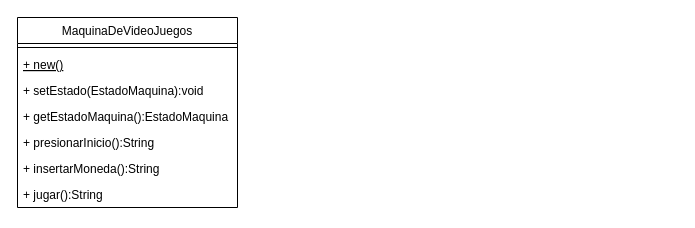
nhubczyk/Diagramas-UML keeps this draw.io diagram as unq-po2-state-MaquinaDeVideoJuegos.drawio. Above is the earlier version. Source tidied: cells renumbered, new cells numbered last; positions are measured from the earlier drawing's top-left corner, leaving out a move shared by most shapes. Both pictures are drawn from the tidied source at 100%, with x=0, y=0 at pixel (17, 17).
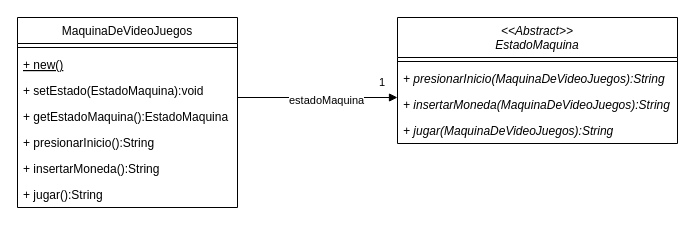
The same diagram, later.

Diff of the diagram source:
```diff
@@
 <mxGraphModel>
   <root>
     <mxCell id="0" />
     <mxCell id="1" parent="0" />
     <mxCell id="2" value="MaquinaDeVideoJuegos" style="swimlane;fontStyle=0;align=center;verticalAlign=top;horizontal=1;startSize=26;" parent="1" vertex="1">
       <mxGeometry width="220" height="190" as="geometry" />
     </mxCell>
     <mxCell id="3" style="line;strokeWidth=1;fillColor=none;align=left;verticalAlign=middle;spacingTop=-1;spacingLeft=3;spacingRight=3;labelPosition=right;strokeColor=inherit;" parent="2" vertex="1">
       <mxGeometry y="26" width="220" height="8" as="geometry" />
     </mxCell>
     <mxCell id="4" value="+ new()" style="text;strokeColor=none;fillColor=none;align=left;verticalAlign=top;spacingLeft=4;spacingRight=4;overflow=hidden;fontStyle=4;" parent="2" vertex="1">
       <mxGeometry y="34" width="220" height="26" as="geometry" />
     </mxCell>
     <mxCell id="5" value="+ setEstado(EstadoMaquina):void" style="text;strokeColor=none;fillColor=none;align=left;verticalAlign=top;spacingLeft=4;spacingRight=4;overflow=hidden;fontStyle=0;" parent="2" vertex="1">
       <mxGeometry y="60" width="220" height="26" as="geometry" />
     </mxCell>
     <mxCell id="6" value="+ getEstadoMaquina():EstadoMaquina" style="text;strokeColor=none;fillColor=none;align=left;verticalAlign=top;spacingLeft=4;spacingRight=4;overflow=hidden;fontStyle=0;" parent="2" vertex="1">
       <mxGeometry y="86" width="220" height="26" as="geometry" />
     </mxCell>
     <mxCell id="7" value="+ presionarInicio():String" style="text;strokeColor=none;fillColor=none;align=left;verticalAlign=top;spacingLeft=4;spacingRight=4;overflow=hidden;fontStyle=0;" parent="2" vertex="1">
       <mxGeometry y="112" width="220" height="26" as="geometry" />
     </mxCell>
     <mxCell id="8" value="+ insertarMoneda():String" style="text;strokeColor=none;fillColor=none;align=left;verticalAlign=top;spacingLeft=4;spacingRight=4;overflow=hidden;fontStyle=0;" parent="2" vertex="1">
       <mxGeometry y="138" width="220" height="26" as="geometry" />
     </mxCell>
     <mxCell id="9" value="+ jugar():String" style="text;strokeColor=none;fillColor=none;align=left;verticalAlign=top;spacingLeft=4;spacingRight=4;overflow=hidden;fontStyle=0;" parent="2" vertex="1">
       <mxGeometry y="164" width="220" height="26" as="geometry" />
     </mxCell>
+    <mxCell id="10" value="&lt;&lt;Abstract&gt;&gt;&#10;EstadoMaquina" style="swimlane;fontStyle=2;align=center;verticalAlign=top;horizontal=1;startSize=40;" parent="1" vertex="1">
+      <mxGeometry x="380" width="280" height="126" as="geometry" />
+    </mxCell>
+    <mxCell id="11" style="line;strokeWidth=1;fillColor=none;align=left;verticalAlign=middle;spacingTop=-1;spacingLeft=3;spacingRight=3;labelPosition=right;strokeColor=inherit;" parent="10" vertex="1">
+      <mxGeometry y="40" width="280" height="8" as="geometry" />
+    </mxCell>
+    <mxCell id="12" value="+ presionarInicio(MaquinaDeVideoJuegos):String" style="text;strokeColor=none;fillColor=none;align=left;verticalAlign=top;spacingLeft=4;spacingRight=4;overflow=hidden;fontStyle=2;" parent="10" vertex="1">
+      <mxGeometry y="48" width="280" height="26" as="geometry" />
+    </mxCell>
+    <mxCell id="13" value="+ insertarMoneda(MaquinaDeVideoJuegos):String" style="text;strokeColor=none;fillColor=none;align=left;verticalAlign=top;spacingLeft=4;spacingRight=4;overflow=hidden;fontStyle=2;" parent="10" vertex="1">
+      <mxGeometry y="74" width="280" height="26" as="geometry" />
+    </mxCell>
+    <mxCell id="14" value="+ jugar(MaquinaDeVideoJuegos):String" style="text;strokeColor=none;fillColor=none;align=left;verticalAlign=top;spacingLeft=4;spacingRight=4;overflow=hidden;fontStyle=2;" parent="10" vertex="1">
+      <mxGeometry y="100" width="280" height="26" as="geometry" />
+    </mxCell>
+    <mxCell id="15" value="estadoMaquina" style="endArrow=block;endFill=1;html=1;edgeStyle=orthogonalEdgeStyle;align=left;verticalAlign=top;rounded=0;" parent="1" edge="1">
+      <mxGeometry x="-0.38" y="10" relative="1" as="geometry">
+        <mxPoint x="220" y="80" as="sourcePoint" />
+        <mxPoint x="380" y="80" as="targetPoint" />
+      </mxGeometry>
+    </mxCell>
+    <mxCell id="16" value="1" style="edgeLabel;html=1;align=left;verticalAlign=bottom;" parent="15" vertex="1">
+      <mxGeometry x="-1" relative="1" as="geometry">
+        <mxPoint x="140" y="-7" as="offset" />
+      </mxGeometry>
+    </mxCell>
   </root>
 </mxGraphModel>
```
